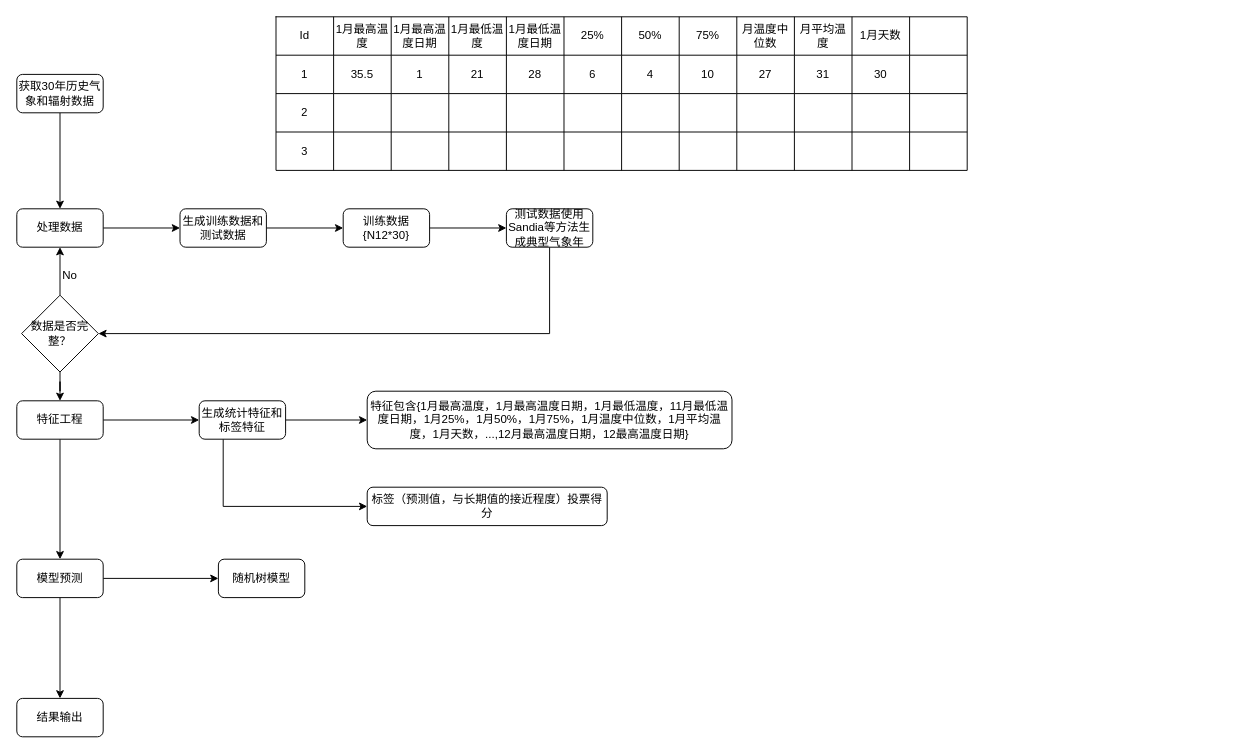
The draw.io diagram page "Page-2" (2 of 2) of tmy.drawio in gg2herry/drawio, before the edit. Source tidied: cells renumbered, new cells numbered last; positions are measured from the earlier drawing's top-left corner, leaving out a move shared by most shapes. Both pictures are drawn from the tidied source at 96%, with x=0, y=0 at pixel (16, 16).
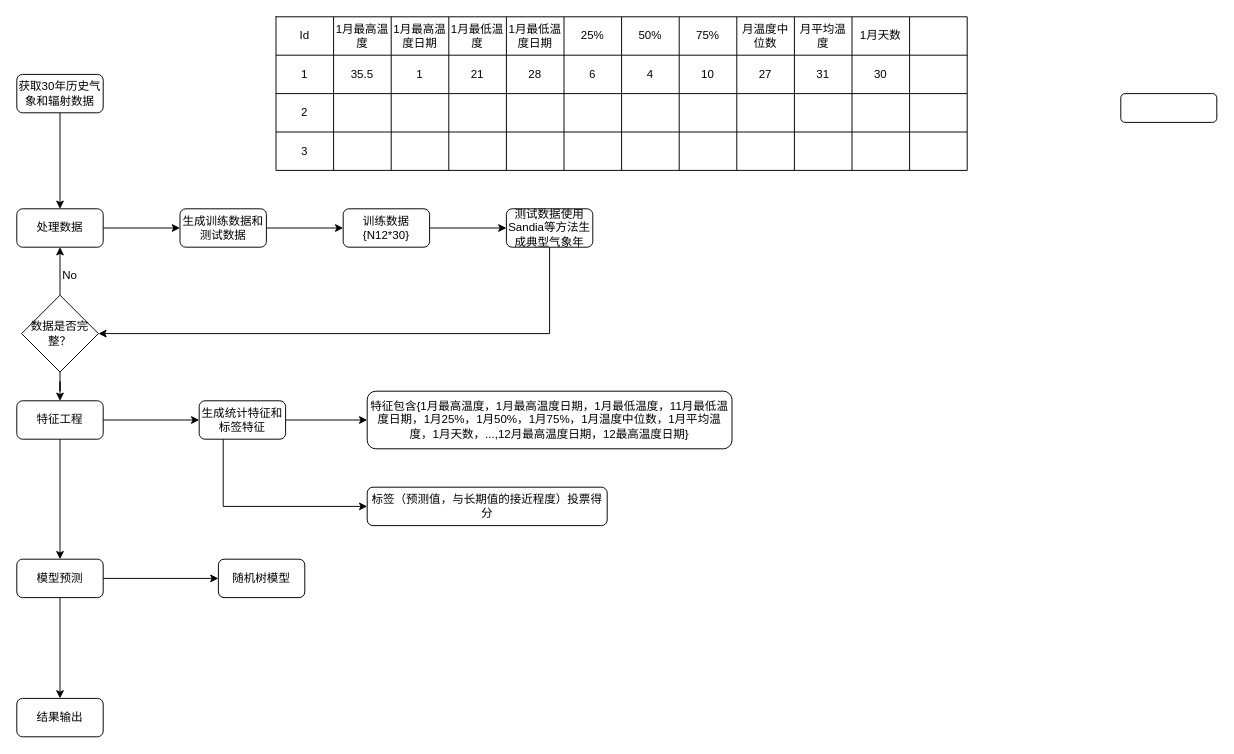
Above is the later version.

The edit, as a diff of the source:
```diff
@@
+    <mxCell id="82" style="rounded=1;whiteSpace=wrap;html=1;" parent="1" vertex="1">
+      <mxGeometry x="1150" y="80" width="100" height="30" as="geometry" />
+    </mxCell>
```
